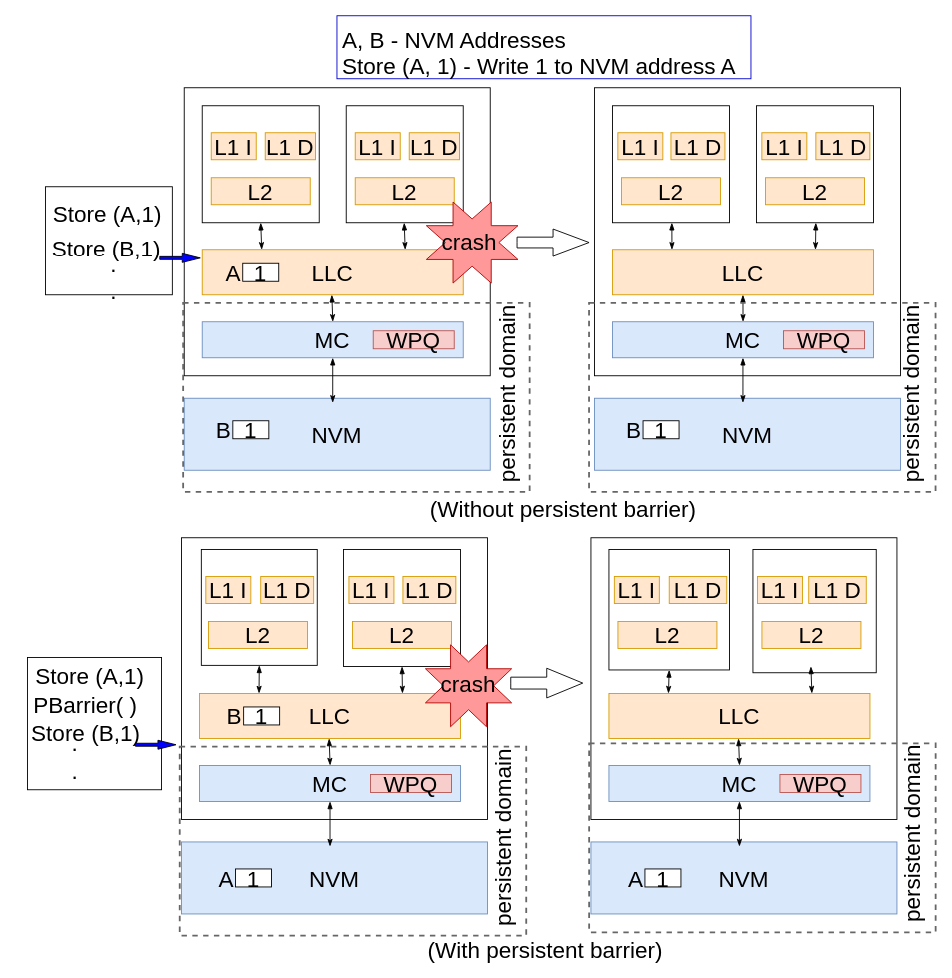
This is persistent_barrier_fig1_modified.drawio from arunkp1986/CAR3S, a draw.io file, before an edit. Source tidied: cells renumbered, new cells numbered last; positions are measured from the earlier drawing's top-left corner, leaving out a move shared by most shapes. Both pictures are drawn from the tidied source at 90%, with x=0, y=0 at pixel (15, 15).
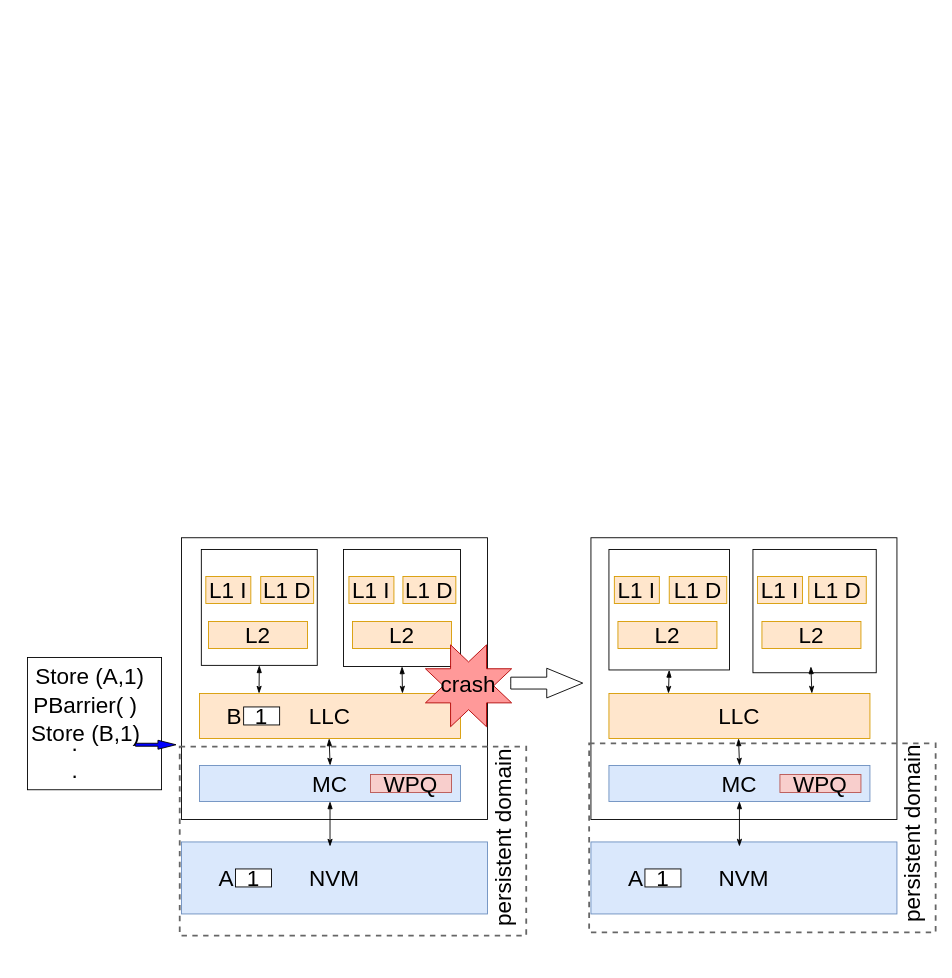
The same page after the edit.

The edit, as a diff of the source:
```diff
@@
-    <mxCell id="2" style="rounded=0;whiteSpace=wrap;html=1;fontSize=25;align=right;fontStyle=0;" parent="1" vertex="1">
-      <mxGeometry x="33" y="190" width="141" height="120" as="geometry" />
-    </mxCell>
@@
-    <mxCell id="21" style="rounded=0;whiteSpace=wrap;html=1;fontSize=25;fontStyle=0;" parent="1" vertex="1">
-      <mxGeometry x="187.2" y="80" width="340" height="320" as="geometry" />
-    </mxCell>
-    <mxCell id="22" style="rounded=0;jettySize=auto;html=1;exitX=0.5;exitY=1;exitDx=0;exitDy=0;entryX=0.228;entryY=0;entryDx=0;entryDy=0;entryPerimeter=0;fontSize=25;startArrow=blockThin;startFill=1;endArrow=classicThin;endFill=1;strokeWidth=1;fontStyle=0;" parent="1" edge="1" source="23" target="31">
-      <mxGeometry relative="1" as="geometry" />
-    </mxCell>
-    <mxCell id="23" style="whiteSpace=wrap;html=1;fontStyle=0;fontSize=25;" parent="1" vertex="1">
-      <mxGeometry x="207.2" y="100" width="130" height="130" as="geometry" />
-    </mxCell>
-    <mxCell id="24" value="L2" style="rounded=0;whiteSpace=wrap;html=1;fontSize=25;fillColor=#ffe6cc;strokeColor=#d79b00;fontStyle=0;" parent="1" vertex="1">
-      <mxGeometry x="217.2" y="180" width="110" height="30" as="geometry" />
-    </mxCell>
-    <mxCell id="25" value="&lt;font style=&quot;font-size: 25px;&quot;&gt;L1 D&lt;/font&gt;" style="rounded=0;whiteSpace=wrap;html=1;fontSize=25;fillColor=#ffe6cc;strokeColor=#d79b00;fontStyle=0;" parent="1" vertex="1">
-      <mxGeometry x="277.2" y="130" width="55.8" height="30" as="geometry" />
-    </mxCell>
-    <mxCell id="26" value="&lt;font style=&quot;font-size: 25px;&quot;&gt;L1 I&lt;/font&gt;" style="rounded=0;whiteSpace=wrap;html=1;fontSize=25;fillColor=#ffe6cc;strokeColor=#d79b00;fontStyle=0;" parent="1" vertex="1">
-      <mxGeometry x="217.2" y="130" width="50" height="30" as="geometry" />
-    </mxCell>
-    <mxCell id="27" style="whiteSpace=wrap;html=1;fontStyle=0;fontSize=25;" parent="1" vertex="1">
-      <mxGeometry x="367.2" y="100" width="130" height="130" as="geometry" />
-    </mxCell>
-    <mxCell id="28" value="L2" style="rounded=0;whiteSpace=wrap;html=1;fontSize=25;fillColor=#ffe6cc;strokeColor=#d79b00;fontStyle=0;" parent="1" vertex="1">
-      <mxGeometry x="377.2" y="180" width="110" height="30" as="geometry" />
-    </mxCell>
-    <mxCell id="29" value="&lt;font style=&quot;font-size: 25px;&quot;&gt;L1 D&lt;/font&gt;" style="rounded=0;whiteSpace=wrap;html=1;fontSize=25;fillColor=#ffe6cc;strokeColor=#d79b00;fontStyle=0;" parent="1" vertex="1">
-      <mxGeometry x="437.2" y="130" width="55.8" height="30" as="geometry" />
-    </mxCell>
-    <mxCell id="30" value="&lt;font style=&quot;font-size: 25px;&quot;&gt;L1 I&lt;/font&gt;" style="rounded=0;whiteSpace=wrap;html=1;fontSize=25;fillColor=#ffe6cc;strokeColor=#d79b00;fontStyle=0;" parent="1" vertex="1">
-      <mxGeometry x="377.2" y="130" width="50" height="30" as="geometry" />
-    </mxCell>
-    <mxCell id="31" value="LLC" style="rounded=0;whiteSpace=wrap;html=1;fontSize=25;fillColor=#ffe6cc;strokeColor=#d79b00;fontStyle=0;" parent="1" vertex="1">
-      <mxGeometry x="207.2" y="260" width="290" height="50" as="geometry" />
-    </mxCell>
-    <mxCell id="32" value="NVM" style="rounded=0;whiteSpace=wrap;html=1;fontSize=25;fillColor=#dae8fc;strokeColor=#6c8ebf;fontStyle=0;" parent="1" vertex="1">
-      <mxGeometry x="187.2" y="425" width="340" height="80" as="geometry" />
-    </mxCell>
-    <mxCell id="33" style="edgeStyle=none;rounded=0;jettySize=auto;html=1;exitX=0.5;exitY=1;exitDx=0;exitDy=0;fontSize=25;startArrow=blockThin;startFill=1;endArrow=classicThin;endFill=1;strokeWidth=1;fontStyle=0;" parent="1" edge="1" source="34">
-      <mxGeometry relative="1" as="geometry">
-        <mxPoint x="352.2" y="430" as="targetPoint" />
-      </mxGeometry>
-    </mxCell>
-    <mxCell id="34" value="MC" style="rounded=0;whiteSpace=wrap;html=1;fontSize=25;fillColor=#dae8fc;strokeColor=#6c8ebf;fontStyle=0;" parent="1" vertex="1">
-      <mxGeometry x="207.2" y="340" width="290" height="40" as="geometry" />
-    </mxCell>
-    <mxCell id="35" value="WPQ" style="rounded=0;whiteSpace=wrap;html=1;fontSize=25;fillColor=#f8cecc;strokeColor=#b85450;fontStyle=0;" parent="1" vertex="1">
-      <mxGeometry x="397.2" y="350" width="90" height="20" as="geometry" />
-    </mxCell>
-    <mxCell id="36" style="rounded=0;orthogonalLoop=1;jettySize=auto;html=1;exitX=0.5;exitY=1;exitDx=0;exitDy=0;entryX=0.228;entryY=0;entryDx=0;entryDy=0;entryPerimeter=0;fontSize=25;startArrow=blockThin;startFill=1;endArrow=classicThin;endFill=1;strokeWidth=1;fontStyle=0;" parent="1" edge="1">
-      <mxGeometry relative="1" as="geometry">
-        <mxPoint x="431.6" y="230" as="sourcePoint" />
-        <mxPoint x="432.7" y="260" as="targetPoint" />
-      </mxGeometry>
-    </mxCell>
-    <mxCell id="37" style="rounded=0;orthogonalLoop=1;jettySize=auto;html=1;exitX=0.5;exitY=1;exitDx=0;exitDy=0;entryX=0.228;entryY=0;entryDx=0;entryDy=0;entryPerimeter=0;fontSize=25;startArrow=blockThin;startFill=1;endArrow=classicThin;endFill=1;strokeWidth=1;fontStyle=0;" parent="1" edge="1">
-      <mxGeometry relative="1" as="geometry">
-        <mxPoint x="351.2" y="310" as="sourcePoint" />
-        <mxPoint x="352.3" y="340" as="targetPoint" />
-      </mxGeometry>
-    </mxCell>
-    <mxCell id="38" value="Store (A,1)" style="text;html=1;strokeColor=none;fillColor=none;align=center;verticalAlign=middle;whiteSpace=wrap;rounded=0;fontSize=25;fontStyle=0;" parent="1" vertex="1">
-      <mxGeometry x="32" y="210" width="140" height="20" as="geometry" />
-    </mxCell>
-    <mxCell id="39" value="Store (B,1)" style="text;html=1;strokeColor=none;fillColor=none;align=center;verticalAlign=middle;whiteSpace=wrap;rounded=0;fontSize=25;fontStyle=0;" parent="1" vertex="1">
-      <mxGeometry x="28" y="248" width="146" height="20" as="geometry" />
-    </mxCell>
@@
-    <mxCell id="43" value="1" style="rounded=0;whiteSpace=wrap;html=1;fontSize=25;align=center;fontStyle=0;" parent="1" vertex="1">
-      <mxGeometry x="241.2" y="450" width="40" height="20" as="geometry" />
-    </mxCell>
-    <mxCell id="44" value="1" style="rounded=0;whiteSpace=wrap;html=1;fontSize=25;align=center;fontStyle=0;" parent="1" vertex="1">
-      <mxGeometry x="252.2" y="275" width="40" height="20" as="geometry" />
-    </mxCell>
-    <mxCell id="45" value="A" style="text;html=1;strokeColor=none;fillColor=none;align=center;verticalAlign=middle;whiteSpace=wrap;rounded=0;fontSize=25;fontStyle=0;" parent="1" vertex="1">
-      <mxGeometry x="222.2" y="275" width="40" height="20" as="geometry" />
-    </mxCell>
-    <mxCell id="46" value="B" style="text;html=1;strokeColor=none;fillColor=none;align=center;verticalAlign=middle;whiteSpace=wrap;rounded=0;fontSize=25;fontStyle=0;" parent="1" vertex="1">
-      <mxGeometry x="211.2" y="450" width="40" height="20" as="geometry" />
-    </mxCell>
-    <mxCell id="47" style="rounded=0;whiteSpace=wrap;html=1;fontSize=25;fontStyle=0;" parent="1" vertex="1">
-      <mxGeometry x="643" y="80" width="340" height="320" as="geometry" />
-    </mxCell>
-    <mxCell id="48" style="rounded=0;jettySize=auto;html=1;entryX=0.228;entryY=0;entryDx=0;entryDy=0;entryPerimeter=0;fontSize=25;startArrow=blockThin;startFill=1;endArrow=classicThin;endFill=1;strokeWidth=1;fontStyle=0;" parent="1" edge="1" target="57">
-      <mxGeometry relative="1" as="geometry">
-        <mxPoint x="729" y="230" as="sourcePoint" />
-      </mxGeometry>
-    </mxCell>
-    <mxCell id="49" style="whiteSpace=wrap;html=1;fontStyle=0;fontSize=25;" parent="1" vertex="1">
-      <mxGeometry x="663" y="100" width="130" height="130" as="geometry" />
-    </mxCell>
-    <mxCell id="50" value="L2" style="rounded=0;whiteSpace=wrap;html=1;fontSize=25;fillColor=#ffe6cc;strokeColor=#d79b00;fontStyle=0;" parent="1" vertex="1">
-      <mxGeometry x="673" y="180" width="110" height="30" as="geometry" />
-    </mxCell>
-    <mxCell id="51" value="&lt;font style=&quot;font-size: 25px;&quot;&gt;L1 D&lt;/font&gt;" style="rounded=0;whiteSpace=wrap;html=1;fontSize=25;fillColor=#ffe6cc;strokeColor=#d79b00;fontStyle=0;" parent="1" vertex="1">
-      <mxGeometry x="728" y="130" width="60" height="30" as="geometry" />
-    </mxCell>
-    <mxCell id="52" value="&lt;font style=&quot;font-size: 25px;&quot;&gt;L1 I&lt;/font&gt;" style="rounded=0;whiteSpace=wrap;html=1;fontSize=25;fillColor=#ffe6cc;strokeColor=#d79b00;fontStyle=0;" parent="1" vertex="1">
-      <mxGeometry x="669" y="130" width="50" height="30" as="geometry" />
-    </mxCell>
-    <mxCell id="53" style="whiteSpace=wrap;html=1;fontStyle=0;fontSize=25;" parent="1" vertex="1">
-      <mxGeometry x="823" y="100" width="130" height="130" as="geometry" />
-    </mxCell>
-    <mxCell id="54" value="L2" style="rounded=0;whiteSpace=wrap;html=1;fontSize=25;fillColor=#ffe6cc;strokeColor=#d79b00;fontStyle=0;" parent="1" vertex="1">
-      <mxGeometry x="833" y="180" width="110" height="30" as="geometry" />
-    </mxCell>
-    <mxCell id="55" value="&lt;font style=&quot;font-size: 25px;&quot;&gt;L1 D&lt;/font&gt;" style="rounded=0;whiteSpace=wrap;html=1;fontSize=25;fillColor=#ffe6cc;strokeColor=#d79b00;fontStyle=0;" parent="1" vertex="1">
-      <mxGeometry x="889" y="130" width="60" height="30" as="geometry" />
-    </mxCell>
-    <mxCell id="56" value="&lt;font style=&quot;font-size: 25px;&quot;&gt;L1 I&lt;/font&gt;" style="rounded=0;whiteSpace=wrap;html=1;fontSize=25;fillColor=#ffe6cc;strokeColor=#d79b00;fontStyle=0;" parent="1" vertex="1">
-      <mxGeometry x="829" y="130" width="50" height="30" as="geometry" />
-    </mxCell>
-    <mxCell id="57" value="LLC" style="rounded=0;whiteSpace=wrap;html=1;fontSize=25;fillColor=#ffe6cc;strokeColor=#d79b00;fontStyle=0;" parent="1" vertex="1">
-      <mxGeometry x="663" y="260" width="290" height="50" as="geometry" />
-    </mxCell>
-    <mxCell id="58" value="NVM" style="rounded=0;whiteSpace=wrap;html=1;fontSize=25;fillColor=#dae8fc;strokeColor=#6c8ebf;fontStyle=0;" parent="1" vertex="1">
-      <mxGeometry x="643" y="425" width="340" height="80" as="geometry" />
-    </mxCell>
-    <mxCell id="59" style="edgeStyle=none;rounded=0;jettySize=auto;html=1;exitX=0.5;exitY=1;exitDx=0;exitDy=0;fontSize=25;startArrow=blockThin;startFill=1;endArrow=classicThin;endFill=1;strokeWidth=1;fontStyle=0;" parent="1" edge="1" source="60">
-      <mxGeometry relative="1" as="geometry">
-        <mxPoint x="808" y="430" as="targetPoint" />
-      </mxGeometry>
-    </mxCell>
-    <mxCell id="60" value="MC" style="rounded=0;whiteSpace=wrap;html=1;fontSize=25;fillColor=#dae8fc;strokeColor=#6c8ebf;fontStyle=0;" parent="1" vertex="1">
-      <mxGeometry x="663" y="340" width="290" height="40" as="geometry" />
-    </mxCell>
-    <mxCell id="61" value="WPQ" style="rounded=0;whiteSpace=wrap;html=1;fontSize=25;fillColor=#f8cecc;strokeColor=#b85450;fontStyle=0;" parent="1" vertex="1">
-      <mxGeometry x="853" y="350" width="90" height="20" as="geometry" />
-    </mxCell>
-    <mxCell id="62" style="rounded=0;orthogonalLoop=1;jettySize=auto;html=1;entryX=0.228;entryY=0;entryDx=0;entryDy=0;entryPerimeter=0;fontSize=25;startArrow=blockThin;startFill=1;endArrow=classicThin;endFill=1;strokeWidth=1;fontStyle=0;" parent="1" edge="1">
-      <mxGeometry relative="1" as="geometry">
-        <mxPoint x="889" y="230" as="sourcePoint" />
-        <mxPoint x="888.6" y="260" as="targetPoint" />
-      </mxGeometry>
-    </mxCell>
-    <mxCell id="63" style="rounded=0;orthogonalLoop=1;jettySize=auto;html=1;entryX=0.228;entryY=0;entryDx=0;entryDy=0;entryPerimeter=0;fontSize=25;startArrow=blockThin;startFill=1;endArrow=classicThin;endFill=1;strokeWidth=1;fontStyle=0;" parent="1" edge="1">
-      <mxGeometry relative="1" as="geometry">
-        <mxPoint x="808" y="310" as="sourcePoint" />
-        <mxPoint x="808.1" y="340" as="targetPoint" />
-      </mxGeometry>
-    </mxCell>
-    <mxCell id="64" value="1" style="rounded=0;whiteSpace=wrap;html=1;fontSize=25;align=center;fontStyle=0;" parent="1" vertex="1">
-      <mxGeometry x="697" y="450" width="40" height="20" as="geometry" />
-    </mxCell>
-    <mxCell id="65" value="B" style="text;html=1;strokeColor=none;fillColor=none;align=center;verticalAlign=middle;whiteSpace=wrap;rounded=0;fontSize=25;fontStyle=0;" parent="1" vertex="1">
-      <mxGeometry x="667" y="450" width="40" height="20" as="geometry" />
-    </mxCell>
-    <mxCell id="66" style="html=1;shadow=0;dashed=0;align=center;verticalAlign=middle;shape=mxgraph.arrows2.arrow;dy=0.6;dx=40;notch=0;fontSize=25;fontStyle=0;" parent="1" vertex="1">
-      <mxGeometry x="557" y="237" width="80" height="30" as="geometry" />
-    </mxCell>
-    <mxCell id="67" style="verticalLabelPosition=bottom;verticalAlign=top;html=1;shape=mxgraph.basic.8_point_star;fontSize=25;align=center;strokeColor=#B20000;fontStyle=0;fillColor=#FF9999;" parent="1" vertex="1">
-      <mxGeometry x="456.2" y="207" width="101.8" height="90" as="geometry" />
-    </mxCell>
-    <mxCell id="68" value="crash" style="text;html=1;strokeColor=none;fillColor=none;align=center;verticalAlign=middle;whiteSpace=wrap;rounded=0;fontSize=25;fontStyle=0;" parent="1" vertex="1">
-      <mxGeometry x="484" y="241" width="40" height="20" as="geometry" />
-    </mxCell>
@@
-    <mxCell id="92" value=".&lt;br style=&quot;font-size: 25px;&quot;&gt;." style="text;html=1;strokeColor=none;fillColor=none;align=center;verticalAlign=middle;whiteSpace=wrap;rounded=0;fontSize=25;fontStyle=0;" parent="1" vertex="1">
-      <mxGeometry x="64" y="280" width="90" height="20" as="geometry" />
-    </mxCell>
@@
-    <mxCell id="94" style="html=1;shadow=0;dashed=0;align=center;verticalAlign=middle;shape=mxgraph.arrows2.arrow;dy=0.67;dx=20;notch=0;fontSize=25;fontColor=#FFFFFF;fillColor=#0000FF;fontStyle=0;" parent="1" vertex="1">
-      <mxGeometry x="160" y="264" width="45" height="10" as="geometry" />
-    </mxCell>
-    <mxCell id="95" value="(Without persistent barrier)" style="text;html=1;strokeColor=none;fillColor=none;align=center;verticalAlign=middle;whiteSpace=wrap;rounded=0;fontSize=25;fontStyle=0;" parent="1" vertex="1">
-      <mxGeometry x="374.2" y="537" width="469.1" height="20" as="geometry" />
-    </mxCell>
@@
-    <mxCell id="99" style="rounded=0;whiteSpace=wrap;html=1;fontSize=25;strokeWidth=2;strokeColor=#666666;fontColor=#333333;fontStyle=0;fillColor=none;dashed=1;" parent="1" vertex="1">
-      <mxGeometry x="186" y="319" width="385" height="210" as="geometry" />
-    </mxCell>
-    <mxCell id="100" value="(With persistent barrier)" style="text;html=1;strokeColor=none;fillColor=none;align=center;verticalAlign=middle;whiteSpace=wrap;rounded=0;fontSize=25;fontStyle=0;" parent="1" vertex="1">
-      <mxGeometry x="353.9" y="1027" width="469.1" height="20" as="geometry" />
-    </mxCell>
@@
-    <mxCell id="102" value="persistent domain" style="text;html=1;strokeColor=none;fillColor=none;align=center;verticalAlign=middle;whiteSpace=wrap;rounded=0;fontSize=25;rotation=270;fontStyle=0;fontFamily=Helvetica;" parent="1" vertex="1">
-      <mxGeometry x="430.9" y="410.5" width="226.6" height="20" as="geometry" />
-    </mxCell>
-    <mxCell id="103" style="rounded=0;whiteSpace=wrap;html=1;fontSize=25;strokeWidth=2;strokeColor=#666666;fontColor=#333333;fontStyle=0;fillColor=none;dashed=1;" parent="1" vertex="1">
-      <mxGeometry x="637" y="319" width="385" height="210" as="geometry" />
-    </mxCell>
-    <mxCell id="104" value="persistent domain" style="text;html=1;strokeColor=none;fillColor=none;align=center;verticalAlign=middle;whiteSpace=wrap;rounded=0;fontSize=25;rotation=270;fontStyle=0;fontFamily=Helvetica;" parent="1" vertex="1">
-      <mxGeometry x="879.9" y="410.5" width="226.6" height="20" as="geometry" />
-    </mxCell>
@@
-    <mxCell id="109" style="rounded=0;whiteSpace=wrap;html=1;align=left;strokeColor=#0000CC;" parent="1" vertex="1">
-      <mxGeometry x="356.9" width="460" height="70" as="geometry" />
-    </mxCell>
-    <mxCell id="110" value="A, B - NVM Addresses" style="text;html=1;strokeColor=none;fillColor=none;align=left;verticalAlign=middle;whiteSpace=wrap;rounded=0;fontSize=25;fontStyle=0;" parent="1" vertex="1">
-      <mxGeometry x="361.1" y="16" width="458" height="20" as="geometry" />
-    </mxCell>
-    <mxCell id="111" value="Store (A, 1) - Write 1 to NVM address A" style="text;html=1;strokeColor=none;fillColor=none;align=left;verticalAlign=middle;whiteSpace=wrap;rounded=0;fontSize=25;fontStyle=0;" parent="1" vertex="1">
-      <mxGeometry x="361.1" y="45" width="458" height="20" as="geometry" />
-    </mxCell>
```
